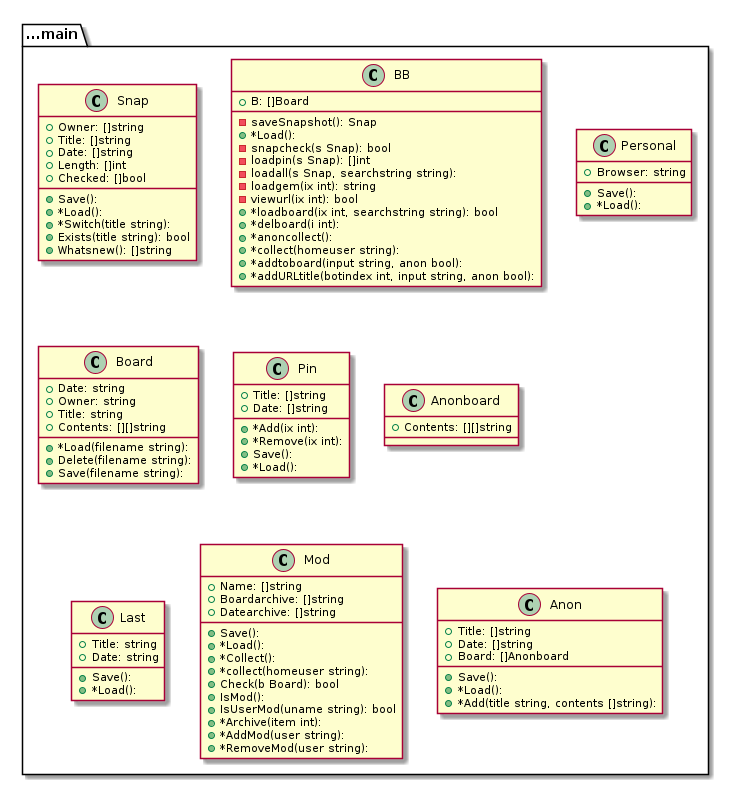
This is graph.png from tbal999/bb, a PlantUML export, as it was before one commit.
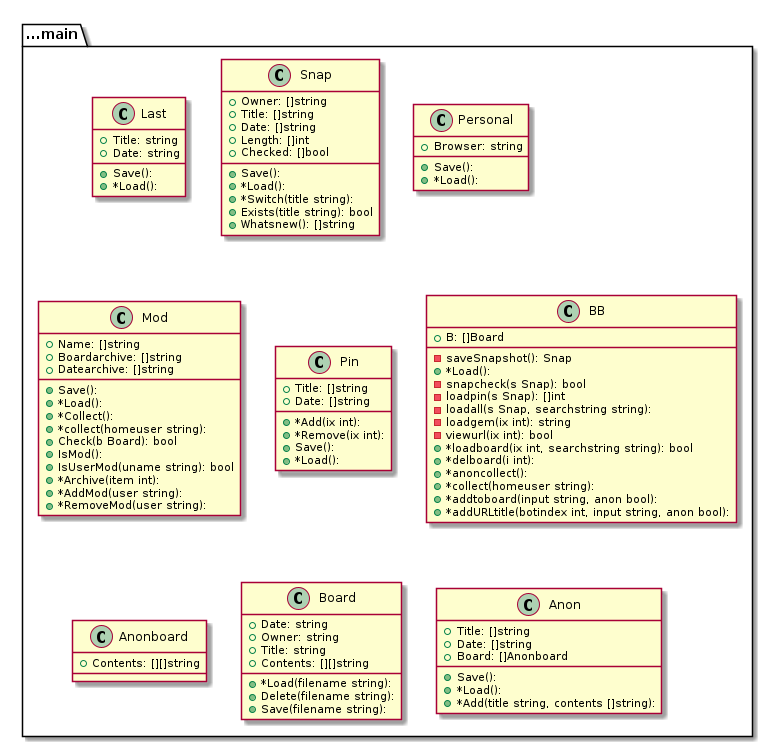
Later version of the same file.

What changed in the source:
```diff
@@ -1,4 +1,12 @@
 @startuml
+package ...main{
+class Last {
++Title: string
++Date: string
++Save():
++*Load():
+}
+}
 package ...main{
 class Snap {
 +Owner: []string
@@ -14,61 +22,8 @@
 }
 }
 package ...main{
-class BB {
-+B: []Board
--saveSnapshot(): Snap
-+*Load():
--snapcheck(s Snap): bool
--loadpin(s Snap): []int
--loadall(s Snap, searchstring string):
--loadgem(ix int): string
--viewurl(ix int): bool
-+*loadboard(ix int, searchstring string): bool
-+*delboard(i int):
-+*anoncollect():
-+*collect(homeuser string):
-+*addtoboard(input string, anon bool):
-+*addURLtitle(botindex int, input string, anon bool):
-}
-}
-package ...main{
 class Personal {
 +Browser: string
-+Save():
-+*Load():
-}
-}
-package ...main{
-class Board {
-+Date: string
-+Owner: string
-+Title: string
-+Contents: [][]string
-+*Load(filename string):
-+Delete(filename string):
-+Save(filename string):
-}
-}
-package ...main{
-class Pin {
-+Title: []string
-+Date: []string
-+*Add(ix int):
-+*Remove(ix int):
-+Save():
-+*Load():
-}
-}
-package ...main{
-class Anonboard {
-+Contents: [][]string
-
-}
-}
-package ...main{
-class Last {
-+Title: string
-+Date: string
 +Save():
 +*Load():
 }
@@ -91,6 +46,51 @@
 }
 }
 package ...main{
+class Pin {
++Title: []string
++Date: []string
++*Add(ix int):
++*Remove(ix int):
++Save():
++*Load():
+}
+}
+package ...main{
+class BB {
++B: []Board
+-saveSnapshot(): Snap
++*Load():
+-snapcheck(s Snap): bool
+-loadpin(s Snap): []int
+-loadall(s Snap, searchstring string):
+-loadgem(ix int): string
+-viewurl(ix int): bool
++*loadboard(ix int, searchstring string): bool
++*delboard(i int):
++*anoncollect():
++*collect(homeuser string):
++*addtoboard(input string, anon bool):
++*addURLtitle(botindex int, input string, anon bool):
+}
+}
+package ...main{
+class Anonboard {
++Contents: [][]string
+
+}
+}
+package ...main{
+class Board {
++Date: string
++Owner: string
++Title: string
++Contents: [][]string
++*Load(filename string):
++Delete(filename string):
++Save(filename string):
+}
+}
+package ...main{
 class Anon {
 +Title: []string
 +Date: []string
```
